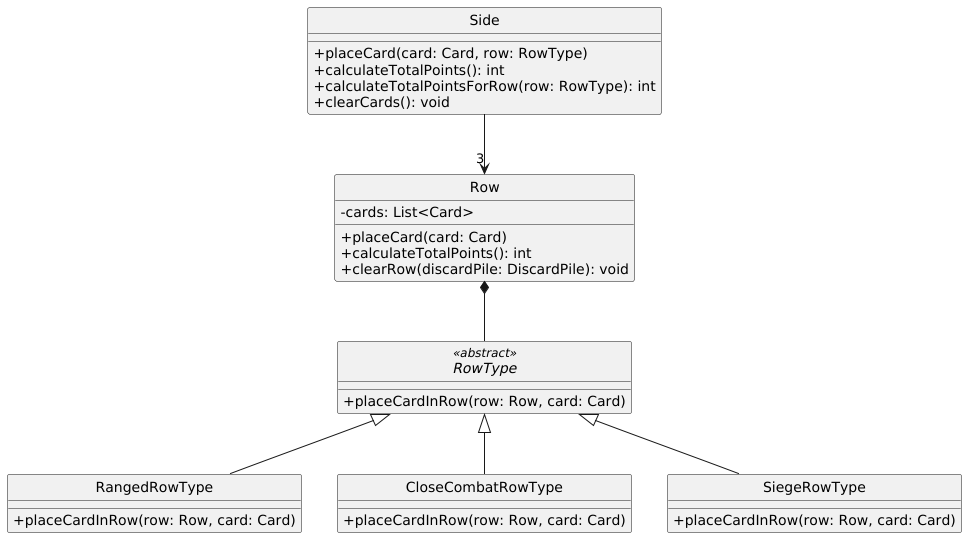
Before: diagrams/classes/side.png, a diagram exported from PlantUML (Yonhir/algo3_proyecto_base_tp2).
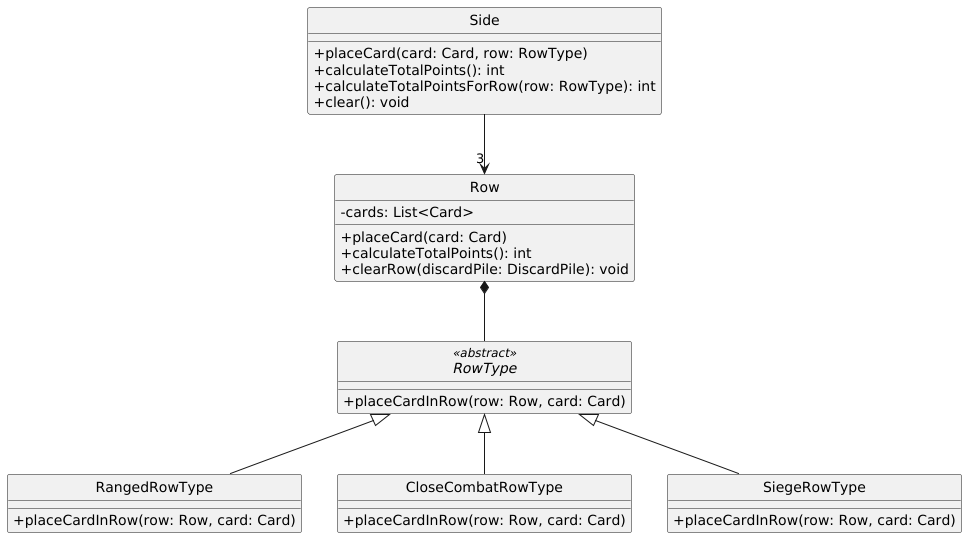
The same diagram one commit later.

Change to the diagram source:
```diff
@@ -9,7 +9,7 @@
   +placeCard(card: Card, row: RowType)
   +calculateTotalPoints(): int
   +calculateTotalPointsForRow(row: RowType): int
-  +clearCards(): void
+  +clear(): void
 }
 
 class Row {
```
